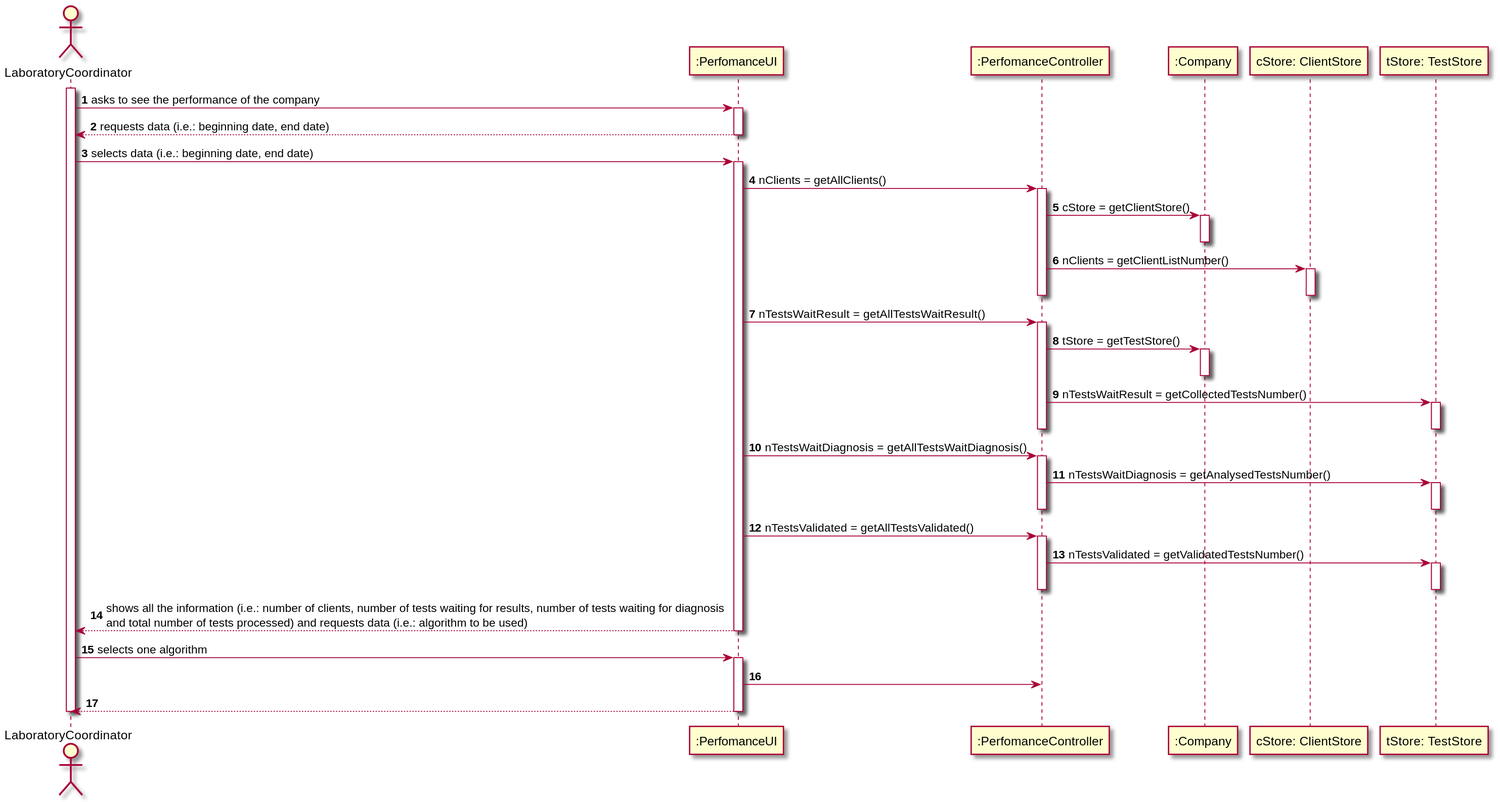
0franciscor/lei-21-s2-1de-g19 keeps this PlantUML diagram as docs/SprintD/US16/US16-SD.svg. Above is the earlier version.
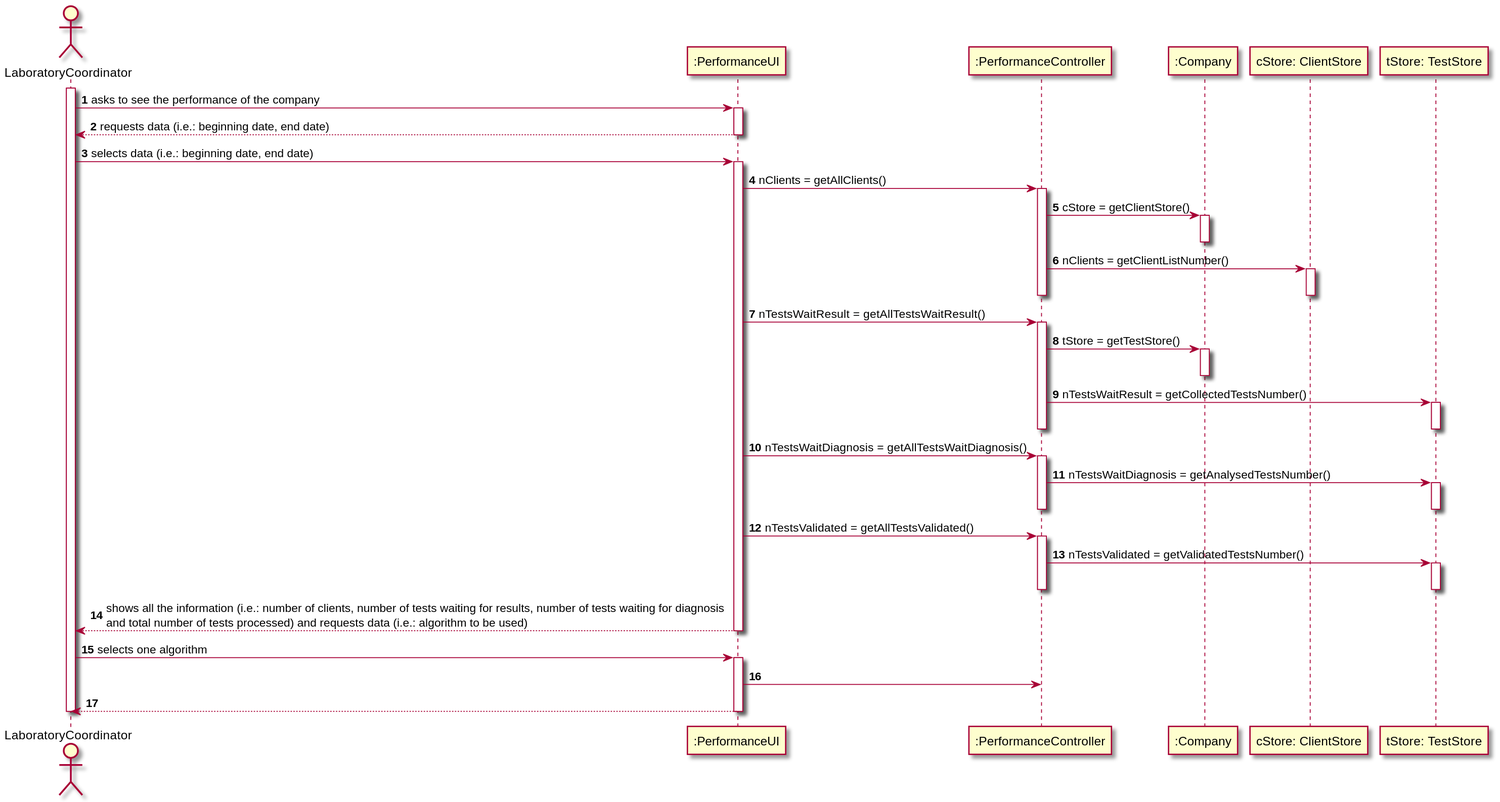
Later version of the same file.

Commit message:
[US16] - pequena alteração no SD

The edit, as a diff of the source:
```diff
@@ -3,8 +3,8 @@
 autonumber
 
 actor LaboratoryCoordinator as LC
-participant ":PerfomanceUI" as PUI
-participant ":PerfomanceController" as PC
+participant ":PerformanceUI" as PUI
+participant ":PerformanceController" as PC
 participant ":Company" as COMP
 participant "cStore: ClientStore" as CS
 participant "tStore: TestStore" as TS
```
